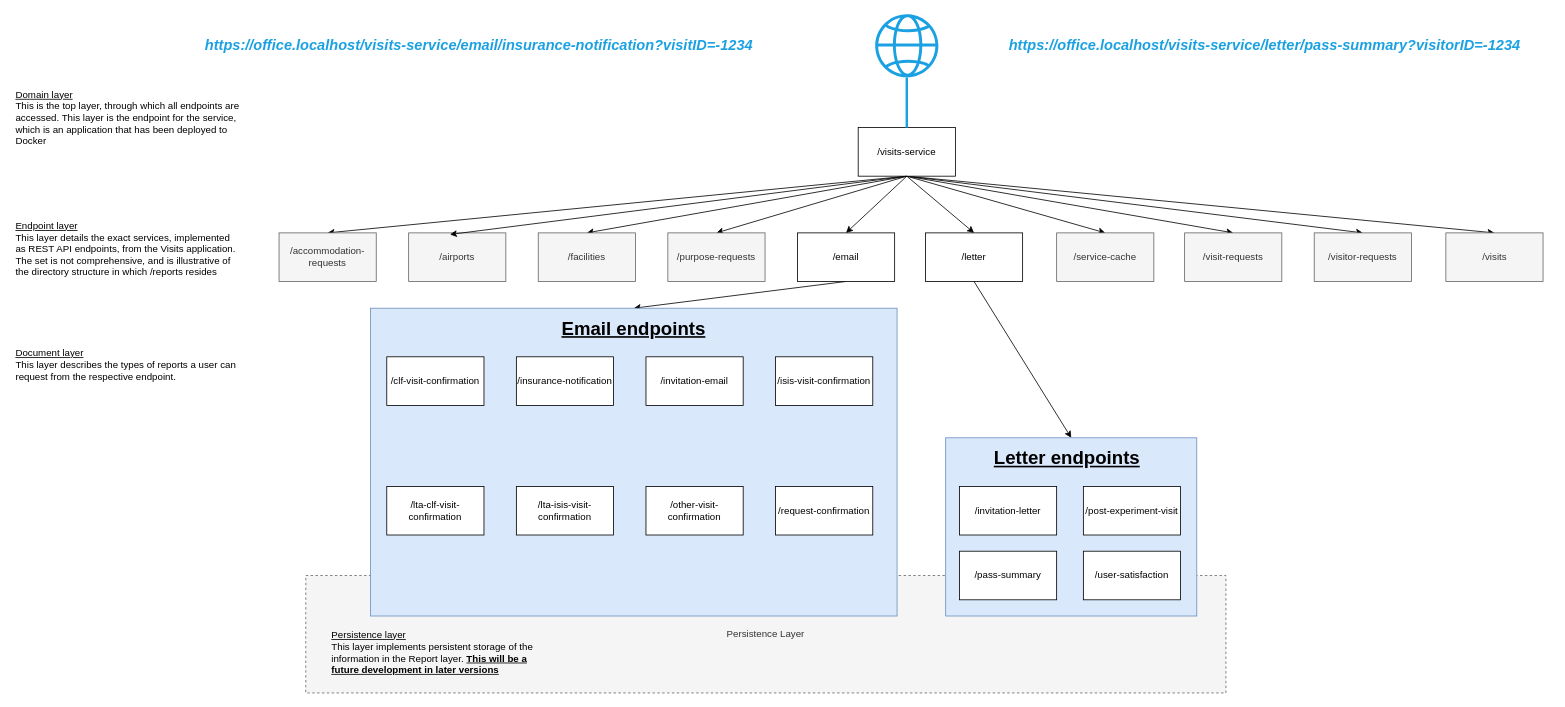
Earlier version of the draw.io diagram Service URL hierarchy.drawio (ambolt314/FinalProjectDesign). Source tidied: cells renumbered, new cells numbered last; positions are measured from the earlier drawing's top-left corner, leaving out a move shared by most shapes. Both pictures are drawn from the tidied source at 81%, with x=0, y=0 at pixel (14, 14).
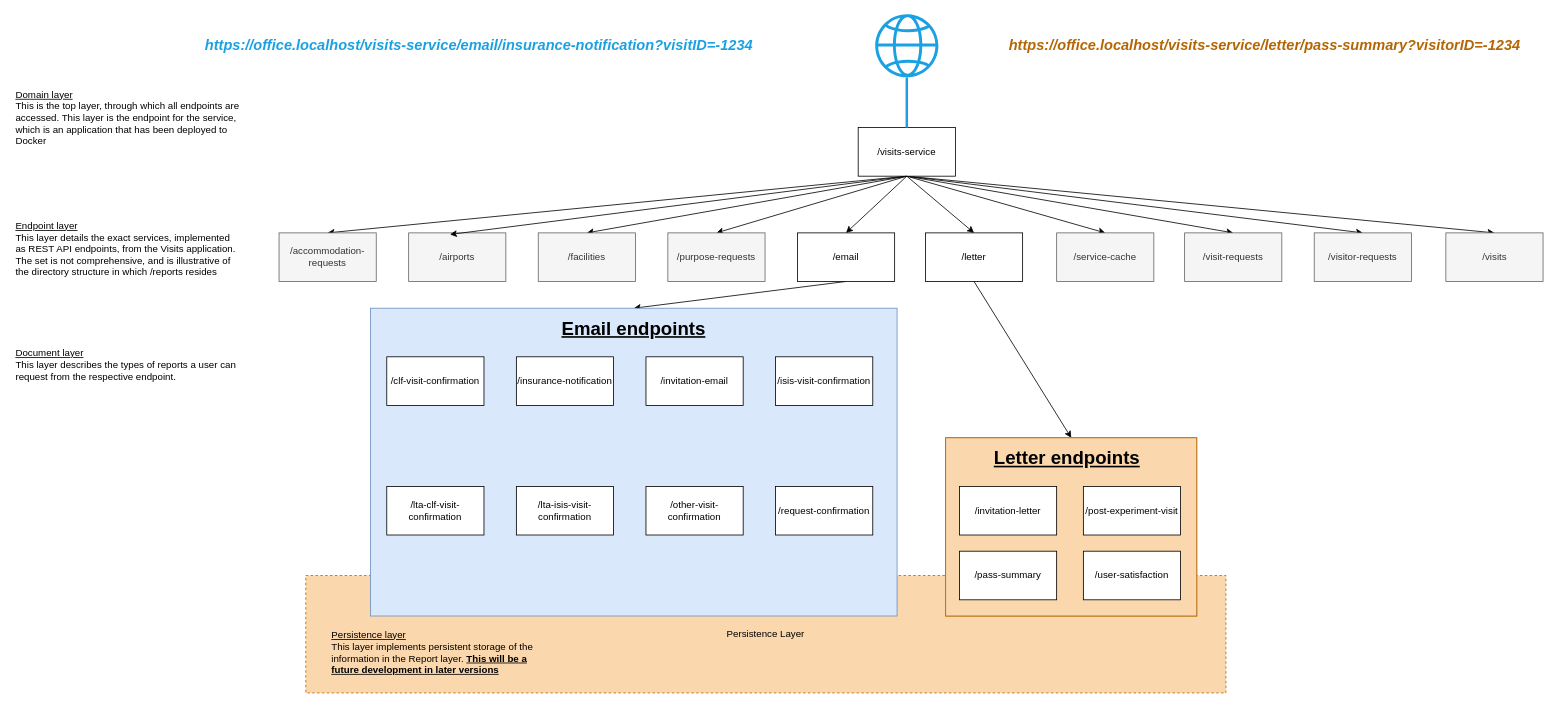
The same page after the edit.

Commit message:
updated for current and future plans

Diff of the diagram source:
```diff
@@
-    <mxCell id="30" value="&lt;div align=&quot;center&quot;&gt;&lt;font color=&quot;#1ba1e2&quot;&gt;&lt;i&gt;&lt;font style=&quot;font-size: 18px;&quot;&gt;&lt;b&gt;https://office.localhost/visits-service/letter/pass-summary?visitorID=-1234&lt;/b&gt;&lt;/font&gt;&lt;/i&gt;&lt;/font&gt;&lt;/div&gt;" style="text;html=1;align=center;verticalAlign=middle;whiteSpace=wrap;rounded=0;" parent="1" vertex="1">
+    <mxCell id="30" value="&lt;div align=&quot;center&quot;&gt;&lt;font color=&quot;#b46504&quot;&gt;&lt;i&gt;&lt;font style=&quot;font-size: 18px;&quot;&gt;&lt;b&gt;https://office.localhost/visits-service/letter/pass-summary?visitorID=-1234&lt;/b&gt;&lt;/font&gt;&lt;/i&gt;&lt;/font&gt;&lt;/div&gt;" style="text;html=1;align=center;verticalAlign=middle;whiteSpace=wrap;rounded=0;" parent="1" vertex="1">
       <mxGeometry x="1190" y="24" width="708" height="30" as="geometry" />
     </mxCell>
@@
-    <mxCell id="32" value="Persistence Layer" style="rounded=0;whiteSpace=wrap;html=1;fillColor=#f5f5f5;fontColor=#333333;strokeColor=#666666;dashed=1;" parent="1" vertex="1">
+    <mxCell id="32" value="Persistence Layer" style="rounded=0;whiteSpace=wrap;html=1;fillColor=#fad7ac;strokeColor=#b46504;dashed=1;" parent="1" vertex="1">
       <mxGeometry x="360" y="693" width="1136" height="145" as="geometry" />
     </mxCell>
@@
-    <mxCell id="45" style="group;" parent="1" vertex="1">
+    <mxCell id="45" style="group;fillColor=#fad7ac;strokeColor=#b46504;" parent="1" vertex="1">
       <mxGeometry x="1150" y="523" width="310" height="220" as="geometry" />
     </mxCell>
-    <mxCell id="46" style="rounded=0;whiteSpace=wrap;html=1;fillColor=#dae8fc;strokeColor=#6c8ebf;" parent="45" vertex="1">
+    <mxCell id="46" style="rounded=0;whiteSpace=wrap;html=1;fillColor=#fad7ac;strokeColor=#b46504;" parent="45" vertex="1">
       <mxGeometry width="310" height="220" as="geometry" />
     </mxCell>
```
